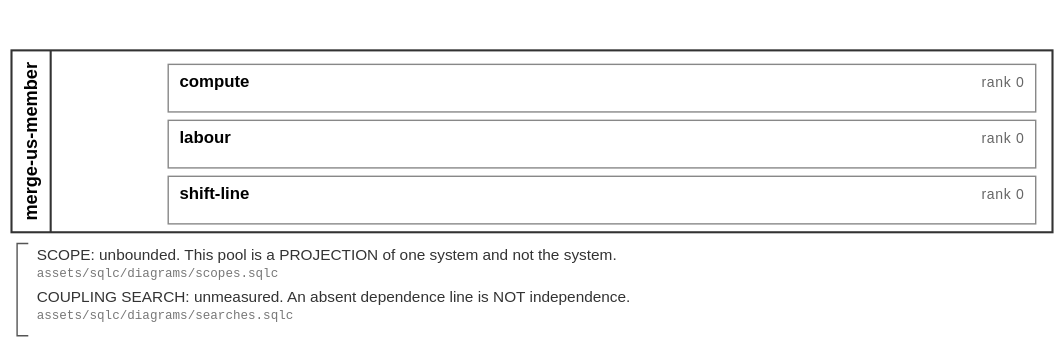
soulstompp/process-modulus keeps this BPMN diagram as assets/svg/filings/merge-us-member.svg. Above is the earlier version. Its source is kept beside it as assets/bpmn/filings/merge-us-member.bpmn. Ids are renumbered. Source of this version:
```xml
<!-- GENERATED from process-modulus by examples/diagramming/main.rs. DO NOT EDIT.
     source: the filing `merge-us-member`; change the model, not this file.
     laws:   assets/sqlc/diagrams/roster.sqlc -->
<definitions xmlns="http://www.omg.org/spec/BPMN/20100524/MODEL"
             xmlns:tns="urn:example:filing:us-member:2026-08-31"
             xmlns:bpmndi="http://www.omg.org/spec/BPMN/20100524/DI"
             xmlns:dc="http://www.omg.org/spec/DD/20100524/DC"
             targetNamespace="urn:example:filing:us-member:2026-08-31"
             id="defs_merge-us-member">
  <collaboration id="collab_merge-us-member">
    <participant id="pool_merge-us-member" name="merge-us-member" processRef="proc_merge-us-member"/>
  </collaboration>
  <process id="proc_merge-us-member" isExecutable="false">
    <documentation>pm:Stack of `merge-us-member`. Rendered from process-modulus; the arithmetic is not here, and how much of the system this stack holds is on the laneSet. [assets/sqlc/diagrams/pools.sqlc]</documentation>
    <laneSet id="lanes_merge-us-member" name="draw">
      <documentation>scope: unbounded. `complete` asserts there are no other layers of this system, `scoped` says somebody established what lies outside and excluded it, `unbounded` says nobody looked. ⛔ A LANE SET CANNOT SAY WHICH, so this sentence is the only place it is said. Basis: what this member files under the group instruction. Whether the member runs layers the instruction does not name was not asked [assets/sqlc/diagrams/scopes.sqlc]</documentation>
      <documentation>coupling search: unmeasured. `unmeasured` is nobody looked, `none` is somebody looked and found no dependence, `notApplicable` is there is no pair to couple, `stated` is the dependences drawn here. An absent line is not independence. [assets/sqlc/diagrams/searches.sqlc]</documentation>
      <lane id="lane_merge-us-member_compute" name="compute">
        <documentation>rank 0; nothing beneath this layer needs evaluating first at rank 0, and a higher rank waits on every arrival below it [assets/sqlc/rank/evaluation_order.sqlc]</documentation>
      </lane>
      <lane id="lane_merge-us-member_labour" name="labour">
        <documentation>rank 0; nothing beneath this layer needs evaluating first at rank 0, and a higher rank waits on every arrival below it [assets/sqlc/rank/evaluation_order.sqlc]</documentation>
      </lane>
      <lane id="lane_merge-us-member_shift-line" name="shift-line">
        <documentation>rank 0; nothing beneath this layer needs evaluating first at rank 0, and a higher rank waits on every arrival below it [assets/sqlc/rank/evaluation_order.sqlc]</documentation>
      </lane>
    </laneSet>
    <textAnnotation id="note_merge-us-member_scope">
      <text>SCOPE: unbounded. This pool is a PROJECTION of one system and not the system. [assets/sqlc/diagrams/scopes.sqlc]</text>
    </textAnnotation>
    <textAnnotation id="note_merge-us-member_search">
      <text>COUPLING SEARCH: unmeasured. An absent dependence line is NOT independence. [assets/sqlc/diagrams/searches.sqlc]</text>
    </textAnnotation>
  </process>
  <bpmndi:BPMNDiagram id="diagram_merge-us-member">
    <bpmndi:BPMNPlane id="plane_merge-us-member" bpmnElement="tns:collab_merge-us-member">
      <bpmndi:BPMNShape id="shape_merge-us-member_pool" bpmnElement="tns:pool_merge-us-member" isHorizontal="true">
        <dc:Bounds x="8" y="36" width="744" height="130"/>
      </bpmndi:BPMNShape>
      <bpmndi:BPMNShape id="shape_merge-us-member_lane_merge-us-member_compute" bpmnElement="tns:lane_merge-us-member_compute">
        <dc:Bounds x="120" y="46" width="620" height="34"/>
      </bpmndi:BPMNShape>
      <bpmndi:BPMNShape id="shape_merge-us-member_lane_merge-us-member_labour" bpmnElement="tns:lane_merge-us-member_labour">
        <dc:Bounds x="120" y="86" width="620" height="34"/>
      </bpmndi:BPMNShape>
      <bpmndi:BPMNShape id="shape_merge-us-member_lane_merge-us-member_shift-line" bpmnElement="tns:lane_merge-us-member_shift-line">
        <dc:Bounds x="120" y="126" width="620" height="34"/>
      </bpmndi:BPMNShape>
    </bpmndi:BPMNPlane>
  </bpmndi:BPMNDiagram>
</definitions>
```
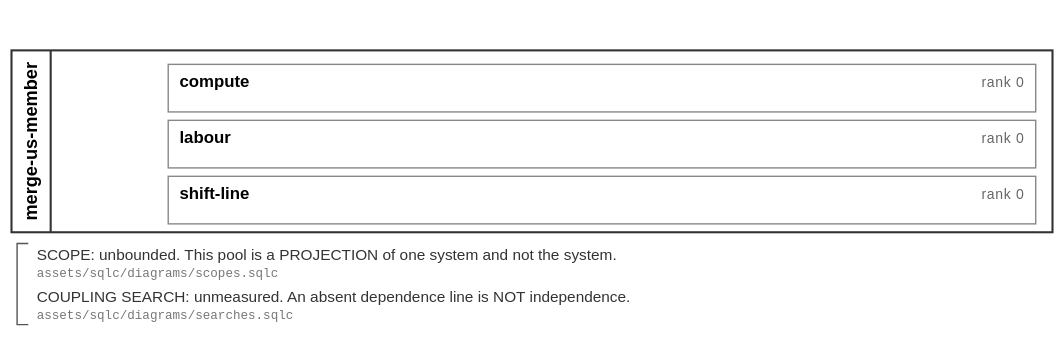
Later version of the same file.

What changed in the source:
```diff
@@ -5,6 +5,7 @@
              xmlns:tns="urn:example:filing:us-member:2026-08-31"
              xmlns:bpmndi="http://www.omg.org/spec/BPMN/20100524/DI"
              xmlns:dc="http://www.omg.org/spec/DD/20100524/DC"
+             xmlns:di="http://www.omg.org/spec/DD/20100524/DI"
              targetNamespace="urn:example:filing:us-member:2026-08-31"
              id="defs_merge-us-member">
   <collaboration id="collab_merge-us-member">
@@ -46,6 +47,12 @@
       <bpmndi:BPMNShape id="shape_merge-us-member_lane_merge-us-member_shift-line" bpmnElement="tns:lane_merge-us-member_shift-line">
         <dc:Bounds x="120" y="126" width="620" height="34"/>
       </bpmndi:BPMNShape>
+      <bpmndi:BPMNShape id="shape_merge-us-member_note_merge-us-member_scope" bpmnElement="tns:note_merge-us-member_scope">
+        <dc:Bounds x="20" y="174" width="720" height="28"/>
+      </bpmndi:BPMNShape>
+      <bpmndi:BPMNShape id="shape_merge-us-member_note_merge-us-member_search" bpmnElement="tns:note_merge-us-member_search">
+        <dc:Bounds x="20" y="204" width="720" height="28"/>
+      </bpmndi:BPMNShape>
     </bpmndi:BPMNPlane>
   </bpmndi:BPMNDiagram>
 </definitions>
```
